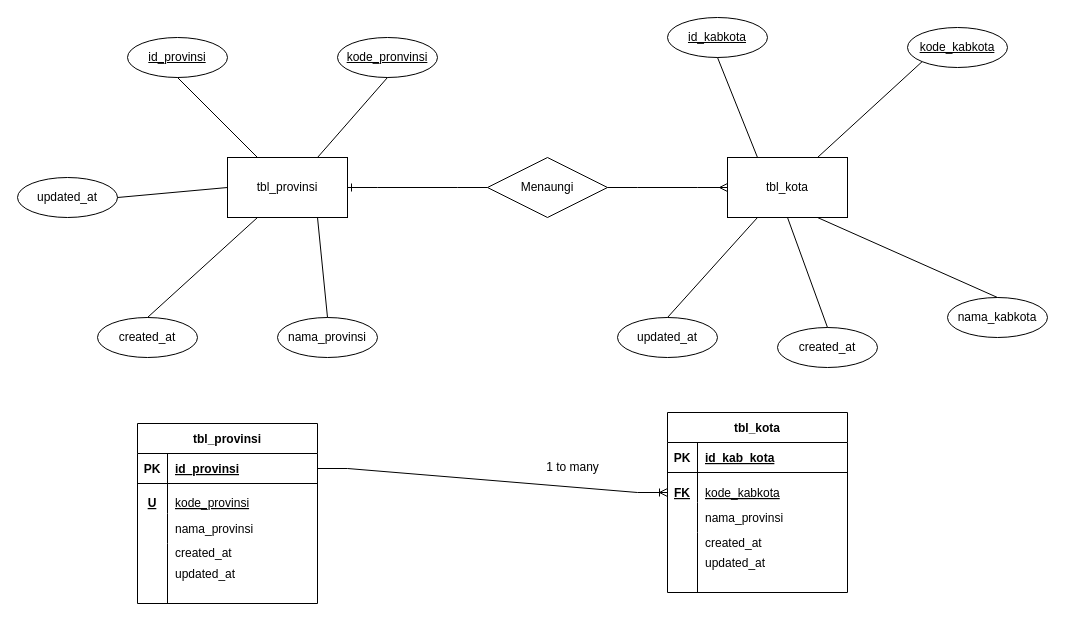
Earlier version of the draw.io diagram erd/Tugas OOP2 ERD.drawio (rafaelnuansa/tugas-oop-2-rafael-nuansa). Source tidied: cells renumbered, new cells numbered last; positions are measured from the earlier drawing's top-left corner, leaving out a move shared by most shapes. Both pictures are drawn from the tidied source at 100%, with x=0, y=0 at pixel (17, 17).
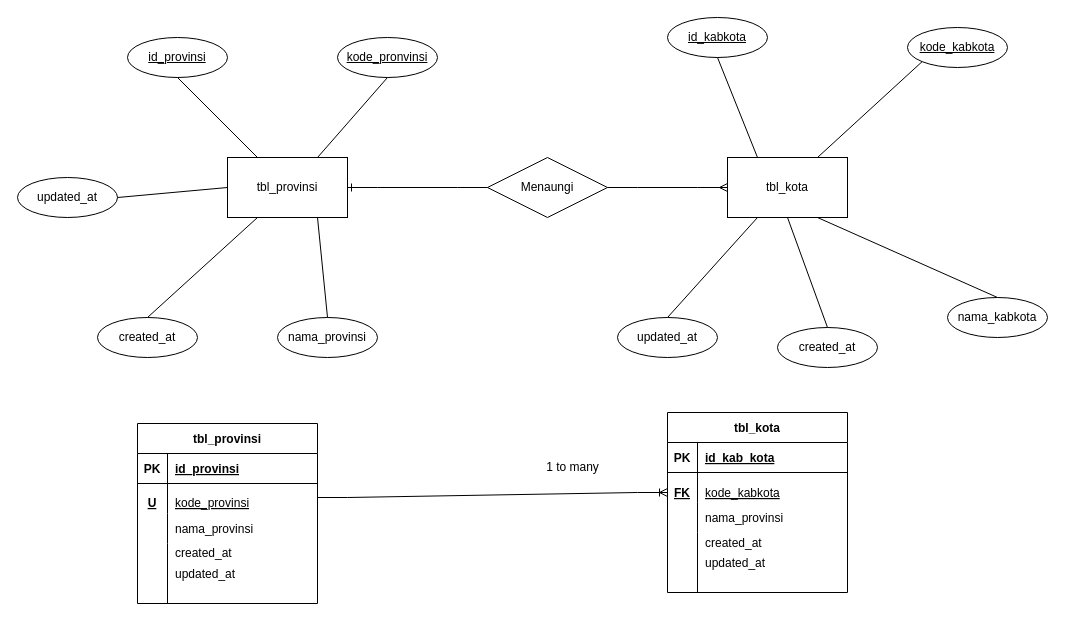
After the change.

The change refers to these unchanged cells:
```xml
<mxCell id="28" style="shape=tableRow;horizontal=0;startSize=0;swimlaneHead=0;swimlaneBody=0;fillColor=none;points=[[0,0.5],[1,0.5]];portConstraint=eastwest;top=0;left=0;right=0;bottom=1;" parent="27" vertex="1">
  <mxGeometry y="30" width="180" height="30" as="geometry" />
</mxCell>
<mxCell id="56" style="shape=tableRow;horizontal=0;startSize=0;swimlaneHead=0;swimlaneBody=0;fillColor=none;points=[[0,0.5],[1,0.5]];portConstraint=eastwest;top=0;left=0;right=0;bottom=0;" parent="1" vertex="1">
  <mxGeometry x="650" y="460" width="180" height="30" as="geometry" />
</mxCell>
```

What changed in the source:
```diff
@@
-    <mxCell id="60" style="edgeStyle=entityRelationEdgeStyle;fontSize=12;html=1;endArrow=ERoneToMany;rounded=0;exitX=1;exitY=0.5;exitDx=0;exitDy=0;entryX=0;entryY=0.5;entryDx=0;entryDy=0;" parent="1" edge="1" source="28" target="56">
-      <mxGeometry relative="1" as="geometry" />
+    <mxCell id="60" style="edgeStyle=entityRelationEdgeStyle;fontSize=12;html=1;endArrow=ERoneToMany;rounded=0;entryX=0;entryY=0.5;entryDx=0;entryDy=0;" parent="1" edge="1" target="56">
+      <mxGeometry relative="1" as="geometry">
+        <mxPoint x="300" y="480" as="sourcePoint" />
+      </mxGeometry>
     </mxCell>
```
